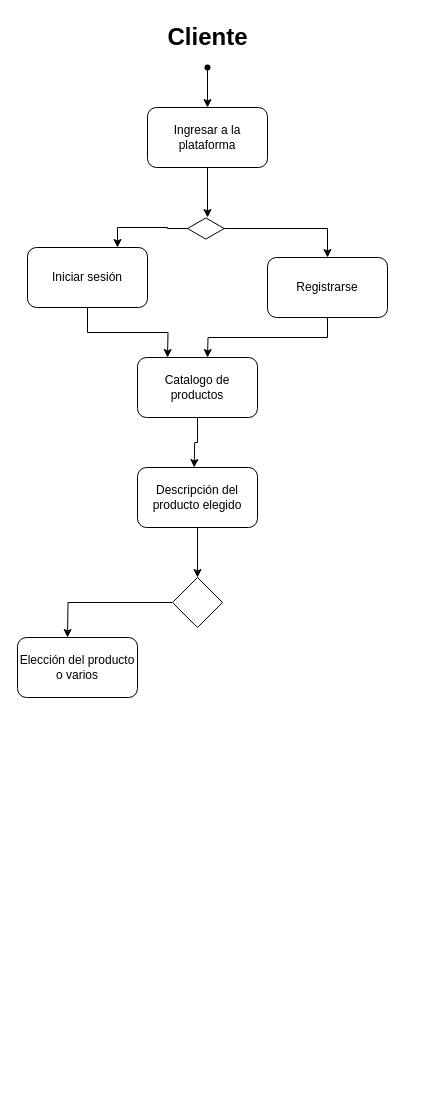
The draw.io diagram Untitled Diagram.drawio in mateo1761/viernes11, before the edit. Source tidied: cells renumbered, new cells numbered last; positions are measured from the earlier drawing's top-left corner, leaving out a move shared by most shapes. Both pictures are drawn from the tidied source at 100%, with x=0, y=0 at pixel (17, 17).
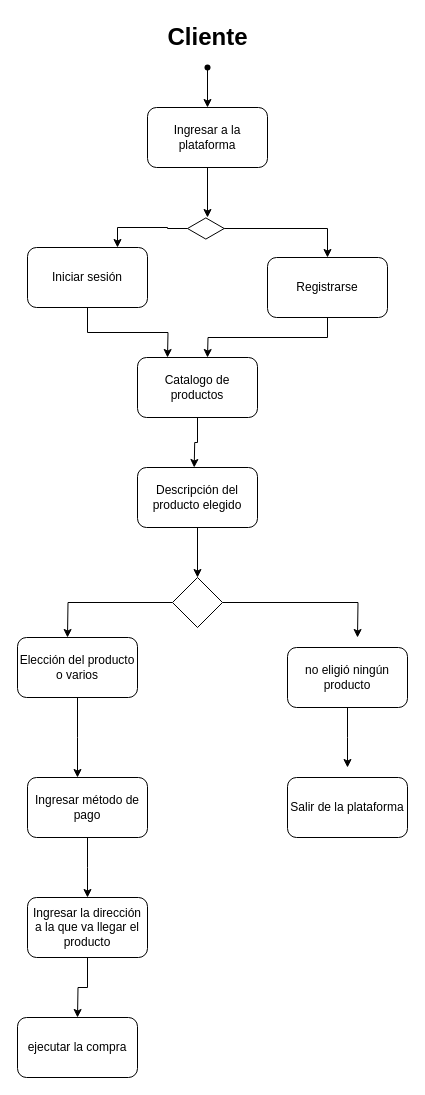
The same page after the edit.

The change refers to these unchanged cells:
```xml
<mxCell id="19" style="rhombus;whiteSpace=wrap;html=1;" parent="1" vertex="1">
  <mxGeometry x="155" y="560" width="50" height="50" as="geometry" />
</mxCell>
<mxCell id="20" value="Elección del producto o varios" style="rounded=1;whiteSpace=wrap;html=1;" parent="1" vertex="1">
  <mxGeometry y="620" width="120" height="60" as="geometry" />
</mxCell>
```

The edit, as a diff of the source:
```diff
@@
+    <mxCell id="21" style="edgeStyle=orthogonalEdgeStyle;rounded=0;jettySize=auto;html=1;" parent="1" edge="1" source="19">
+      <mxGeometry relative="1" as="geometry">
+        <mxPoint x="340" y="620" as="targetPoint" />
+      </mxGeometry>
+    </mxCell>
@@
+    <mxCell id="22" style="edgeStyle=orthogonalEdgeStyle;rounded=0;jettySize=auto;html=1;" parent="1" edge="1" source="20">
+      <mxGeometry relative="1" as="geometry">
+        <mxPoint x="60" y="760" as="targetPoint" />
+      </mxGeometry>
+    </mxCell>
@@
+    <mxCell id="23" style="edgeStyle=orthogonalEdgeStyle;rounded=0;jettySize=auto;html=1;" parent="1" edge="1" source="24">
+      <mxGeometry relative="1" as="geometry">
+        <mxPoint x="330" y="750" as="targetPoint" />
+      </mxGeometry>
+    </mxCell>
+    <mxCell id="24" value="no eligió ningún producto" style="rounded=1;whiteSpace=wrap;html=1;" parent="1" vertex="1">
+      <mxGeometry x="270" y="630" width="120" height="60" as="geometry" />
+    </mxCell>
+    <mxCell id="25" value="Salir de la plataforma" style="rounded=1;whiteSpace=wrap;html=1;" parent="1" vertex="1">
+      <mxGeometry x="270" y="760" width="120" height="60" as="geometry" />
+    </mxCell>
+    <mxCell id="26" style="edgeStyle=orthogonalEdgeStyle;rounded=0;jettySize=auto;html=1;" parent="1" edge="1" source="27">
+      <mxGeometry relative="1" as="geometry">
+        <mxPoint x="70" y="880" as="targetPoint" />
+      </mxGeometry>
+    </mxCell>
+    <mxCell id="27" value="Ingresar método de pago" style="rounded=1;whiteSpace=wrap;html=1;" parent="1" vertex="1">
+      <mxGeometry x="10" y="760" width="120" height="60" as="geometry" />
+    </mxCell>
+    <mxCell id="28" style="edgeStyle=orthogonalEdgeStyle;rounded=0;jettySize=auto;html=1;" parent="1" edge="1" source="29">
+      <mxGeometry relative="1" as="geometry">
+        <mxPoint x="60" y="1000" as="targetPoint" />
+      </mxGeometry>
+    </mxCell>
+    <mxCell id="29" value="Ingresar la dirección a la que va llegar el producto" style="rounded=1;whiteSpace=wrap;html=1;" parent="1" vertex="1">
+      <mxGeometry x="10" y="880" width="120" height="60" as="geometry" />
+    </mxCell>
+    <mxCell id="30" value="ejecutar la compra" style="rounded=1;whiteSpace=wrap;html=1;" parent="1" vertex="1">
+      <mxGeometry y="1000" width="120" height="60" as="geometry" />
+    </mxCell>
```
